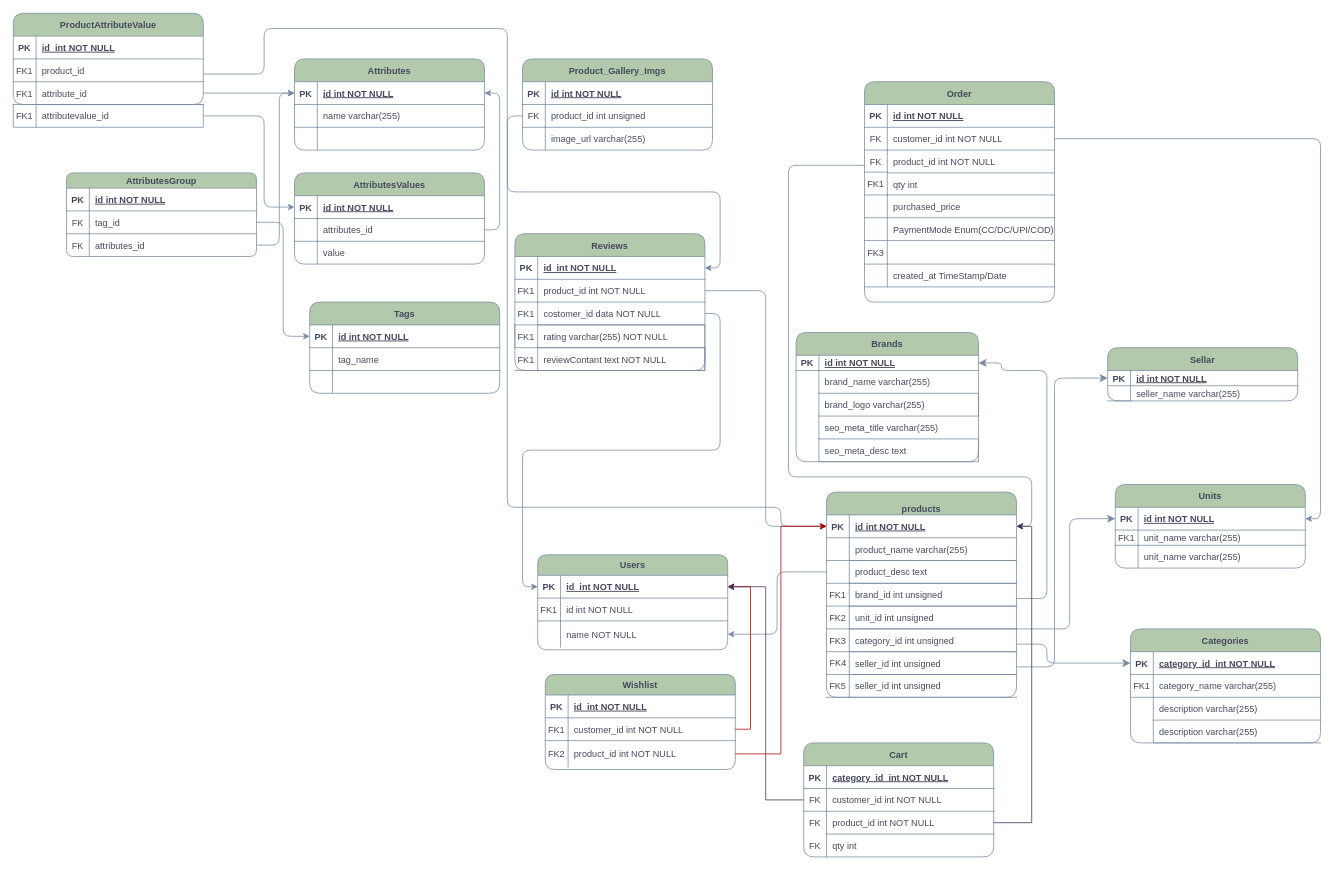
This is database/migrations/Untitled Diagram.drawio from namanbairagi3/electro, a draw.io file, before an edit. Source tidied: cells renumbered, new cells numbered last; positions are measured from the earlier drawing's top-left corner, leaving out a move shared by most shapes. Both pictures are drawn from the tidied source at 76%, with x=0, y=0 at pixel (13, 13).
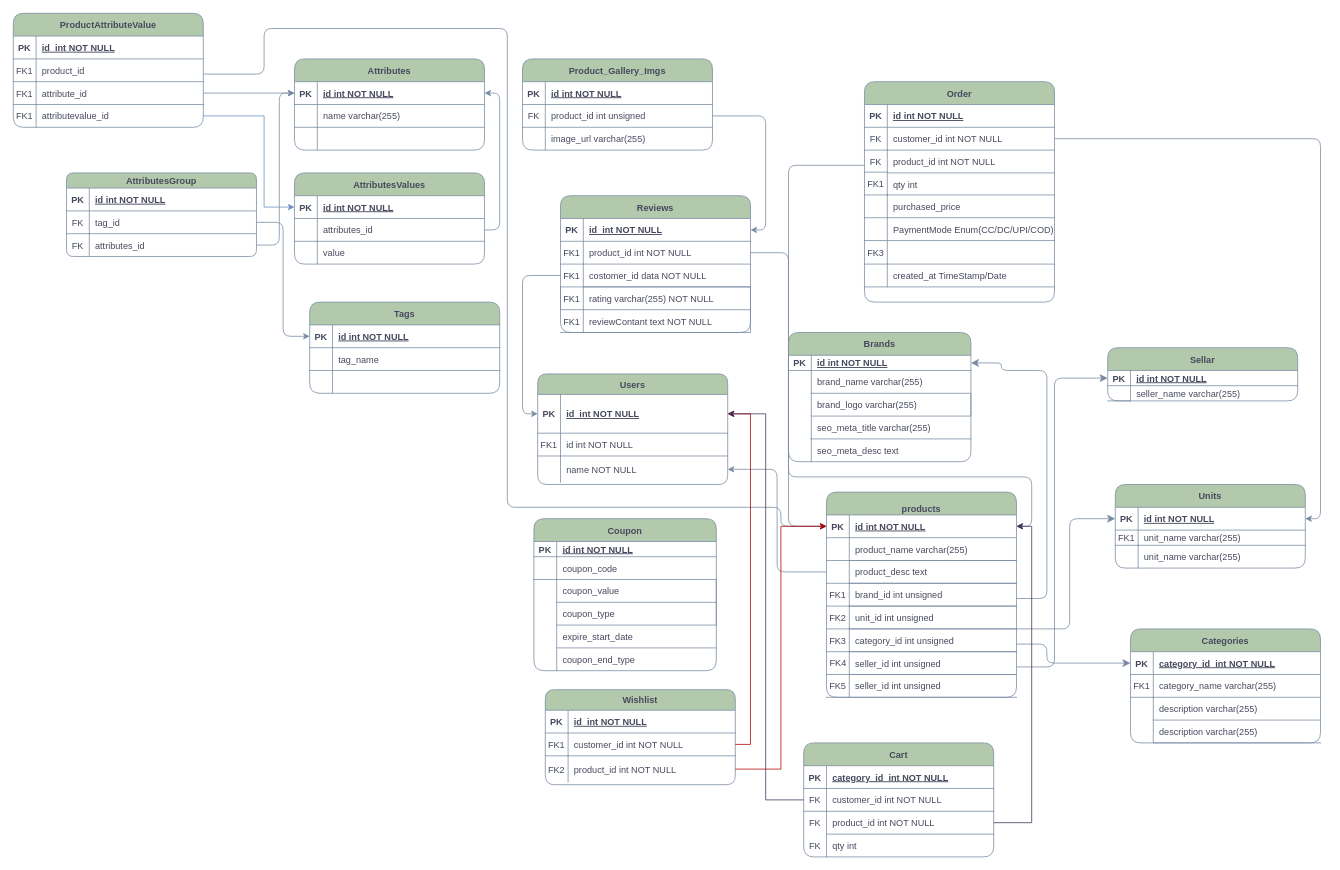
Above is the later version.

The change refers to these unchanged cells:
```xml
<mxCell id="44" style="shape=partialRectangle;fillColor=none;top=0;left=0;right=1;bottom=1;labelBackgroundColor=none;strokeColor=#788AA3;fontColor=#46495D;rounded=1;" parent="40" vertex="1">
  <mxGeometry y="150" width="250" height="30" as="geometry" />
</mxCell>
<mxCell id="137" style="shape=partialRectangle;fillColor=none;points=[[0,0.5],[1,0.5]];portConstraint=eastwest;top=0;left=0;right=0;bottom=1;labelBackgroundColor=none;strokeColor=#788AA3;fontColor=#46495D;rounded=1;" parent="136" vertex="1">
  <mxGeometry y="30" width="250" height="30" as="geometry" />
</mxCell>
<mxCell id="198" style="group;" parent="1" vertex="1">
  <mxGeometry x="1030" y="420" width="240" height="170" as="geometry" />
</mxCell>
```

Diff of the diagram source:
```diff
@@
     <mxCell id="15" value="Users" style="shape=table;startSize=27;childLayout=tableLayout;rowLines=0;fontStyle=1;align=center;labelBackgroundColor=none;fillColor=#B2C9AB;strokeColor=#788AA3;fontColor=#46495D;rounded=1;" parent="1" vertex="1">
-      <mxGeometry x="690" y="712.5" width="250" height="125" as="geometry" />
+      <mxGeometry x="690" y="474.5" width="250" height="145.5" as="geometry" />
     </mxCell>
     <mxCell id="16" style="shape=partialRectangle;fillColor=none;points=[[0,0.5],[1,0.5]];portConstraint=eastwest;top=0;left=0;right=0;bottom=1;labelBackgroundColor=none;strokeColor=#788AA3;fontColor=#46495D;rounded=1;" parent="15" vertex="1">
-      <mxGeometry y="27" width="250" height="30" as="geometry" />
+      <mxGeometry y="27" width="250" height="51" as="geometry" />
     </mxCell>
     <mxCell id="17" value="PK" style="shape=partialRectangle;overflow=hidden;fillColor=none;top=0;left=0;bottom=0;right=0;fontStyle=1;labelBackgroundColor=none;strokeColor=#788AA3;fontColor=#46495D;rounded=1;" parent="16" vertex="1">
-      <mxGeometry width="30" height="30" as="geometry" />
+      <mxGeometry width="30" height="51" as="geometry" />
     </mxCell>
     <mxCell id="18" value="id  int NOT NULL " style="shape=partialRectangle;overflow=hidden;fillColor=none;top=0;left=0;bottom=0;right=0;align=left;spacingLeft=6;fontStyle=5;labelBackgroundColor=none;strokeColor=#788AA3;fontColor=#46495D;rounded=1;" parent="16" vertex="1">
-      <mxGeometry x="30" width="220" height="30" as="geometry" />
+      <mxGeometry x="30" width="220" height="51" as="geometry" />
     </mxCell>
     <mxCell id="19" style="shape=partialRectangle;fillColor=none;top=0;left=0;right=0;bottom=0;labelBackgroundColor=none;strokeColor=#788AA3;fontColor=#46495D;rounded=1;" parent="15" vertex="1">
-      <mxGeometry y="57" width="250" height="30" as="geometry" />
+      <mxGeometry y="78" width="250" height="30" as="geometry" />
     </mxCell>
@@
     <mxCell id="22" style="shape=partialRectangle;fillColor=none;points=[[0,0.5],[1,0.5]];portConstraint=eastwest;top=0;left=0;right=0;bottom=0;labelBackgroundColor=none;strokeColor=#788AA3;fontColor=#46495D;rounded=1;" parent="15" vertex="1">
-      <mxGeometry y="87" width="250" height="35" as="geometry" />
+      <mxGeometry y="108" width="250" height="35" as="geometry" />
     </mxCell>
@@
     <mxCell id="40" style="group;labelBackgroundColor=none;fontColor=#46495D;rounded=1;" parent="1" vertex="1">
-      <mxGeometry x="660" y="290" width="250" height="180" as="geometry" />
+      <mxGeometry x="720" y="240" width="250" height="180" as="geometry" />
     </mxCell>
@@
-    <mxCell id="46" value="reviewContant text NOT NULL" style="shape=partialRectangle;overflow=hidden;fillColor=none;top=1;left=1;bottom=1;right=1;align=left;spacingLeft=6;labelBackgroundColor=none;strokeColor=#788AA3;fontColor=#46495D;rounded=1;" parent="44" vertex="1">
+    <mxCell id="46" value="reviewContant text NOT NULL" style="shape=partialRectangle;overflow=hidden;fillColor=none;top=0;left=1;bottom=0;right=0;align=left;spacingLeft=6;labelBackgroundColor=none;strokeColor=#788AA3;fontColor=#46495D;rounded=1;" parent="44" vertex="1">
       <mxGeometry x="30" width="220" height="30" as="geometry" />
     </mxCell>
@@
-    <mxCell id="168" style="group;labelBackgroundColor=none;fontColor=#46495D;rounded=1;" parent="1" vertex="1">
-      <mxGeometry width="250" height="160" as="geometry" />
-    </mxCell>
-    <mxCell id="169" value="ProductAttributeValue" style="shape=table;startSize=30;childLayout=tableLayout;rowLines=0;fontStyle=1;align=center;labelBackgroundColor=none;fillColor=#B2C9AB;strokeColor=#788AA3;fontColor=#46495D;rounded=1;" parent="168" vertex="1">
-      <mxGeometry width="250" height="120" as="geometry" />
-    </mxCell>
-    <mxCell id="170" style="shape=partialRectangle;fillColor=none;top=0;left=0;right=0;bottom=1;labelBackgroundColor=none;strokeColor=#788AA3;fontColor=#46495D;rounded=1;" parent="169" vertex="1">
-      <mxGeometry y="30" width="250" height="30" as="geometry" />
-    </mxCell>
-    <mxCell id="171" value="PK" style="shape=partialRectangle;overflow=hidden;fillColor=none;top=0;left=0;bottom=0;right=0;fontStyle=1;labelBackgroundColor=none;strokeColor=#788AA3;fontColor=#46495D;rounded=1;" parent="170" vertex="1">
-      <mxGeometry width="30" height="30" as="geometry" />
-    </mxCell>
-    <mxCell id="172" value="id  int NOT NULL " style="shape=partialRectangle;overflow=hidden;fillColor=none;top=0;left=0;bottom=0;right=0;align=left;spacingLeft=6;fontStyle=5;labelBackgroundColor=none;strokeColor=#788AA3;fontColor=#46495D;rounded=1;" parent="170" vertex="1">
-      <mxGeometry x="30" width="220" height="30" as="geometry" />
-    </mxCell>
-    <mxCell id="173" style="shape=partialRectangle;fillColor=none;points=[[0,0.5],[1,0.5]];portConstraint=eastwest;top=0;left=0;right=0;bottom=0;labelBackgroundColor=none;strokeColor=#788AA3;fontColor=#46495D;rounded=1;" parent="169" vertex="1">
-      <mxGeometry y="60" width="250" height="30" as="geometry" />
-    </mxCell>
-    <mxCell id="174" value="FK1" style="shape=partialRectangle;overflow=hidden;fillColor=none;top=0;left=0;bottom=1;right=0;labelBackgroundColor=none;strokeColor=#788AA3;fontColor=#46495D;rounded=1;" parent="173" vertex="1">
-      <mxGeometry width="30" height="30" as="geometry" />
-    </mxCell>
-    <mxCell id="175" value="product_id " style="shape=partialRectangle;overflow=hidden;fillColor=none;top=0;left=0;bottom=0;right=0;align=left;spacingLeft=6;labelBackgroundColor=none;strokeColor=#788AA3;fontColor=#46495D;rounded=1;" parent="173" vertex="1">
-      <mxGeometry x="30" width="220" height="30" as="geometry" />
-    </mxCell>
-    <mxCell id="176" style="shape=partialRectangle;fillColor=none;points=[[0,0.5],[1,0.5]];portConstraint=eastwest;top=0;left=0;right=0;bottom=0;labelBackgroundColor=none;strokeColor=#788AA3;fontColor=#46495D;rounded=1;" parent="169" vertex="1">
-      <mxGeometry y="90" width="250" height="30" as="geometry" />
-    </mxCell>
-    <mxCell id="177" value="FK1" style="shape=partialRectangle;overflow=hidden;fillColor=none;top=0;left=0;bottom=0;right=0;labelBackgroundColor=none;strokeColor=#788AA3;fontColor=#46495D;rounded=1;" parent="176" vertex="1">
-      <mxGeometry width="30" height="30" as="geometry" />
-    </mxCell>
-    <mxCell id="178" value="attribute_id" style="shape=partialRectangle;overflow=hidden;fillColor=none;top=1;left=0;bottom=0;right=0;align=left;spacingLeft=6;labelBackgroundColor=none;strokeColor=#788AA3;fontColor=#46495D;rounded=1;" parent="176" vertex="1">
-      <mxGeometry x="30" width="220" height="30" as="geometry" />
-    </mxCell>
-    <mxCell id="179" style="shape=partialRectangle;fillColor=none;points=[[0,0.5],[1,0.5]];portConstraint=eastwest;top=1;left=1;right=1;bottom=1;labelBackgroundColor=none;strokeColor=#788AA3;fontColor=#46495D;rounded=1;" parent="168" vertex="1">
-      <mxGeometry y="120" width="250" height="30" as="geometry" />
-    </mxCell>
-    <mxCell id="180" value="FK1" style="shape=partialRectangle;overflow=hidden;fillColor=none;top=0;left=0;bottom=0;right=1;labelBackgroundColor=none;strokeColor=#788AA3;fontColor=#46495D;rounded=1;" parent="179" vertex="1">
-      <mxGeometry width="30" height="30" as="geometry" />
-    </mxCell>
-    <mxCell id="181" value="attributevalue_id" style="shape=partialRectangle;overflow=hidden;fillColor=none;top=1;left=0;bottom=0;right=0;align=left;spacingLeft=6;labelBackgroundColor=none;strokeColor=#788AA3;fontColor=#46495D;rounded=1;" parent="179" vertex="1">
-      <mxGeometry x="30" width="220" height="30" as="geometry" />
-    </mxCell>
@@
-    <mxCell id="184" style="edgeStyle=orthogonalEdgeStyle;rounded=1;jettySize=auto;html=1;entryX=0;entryY=0.5;entryDx=0;entryDy=0;fillColor=#B2C9AB;strokeColor=#788AA3;labelBackgroundColor=none;fontColor=default;" parent="1" edge="1" source="179" target="137">
-      <mxGeometry relative="1" as="geometry">
-        <Array as="points">
-          <mxPoint x="330" y="135" />
-          <mxPoint x="330" y="255" />
-        </Array>
-      </mxGeometry>
-    </mxCell>
@@
     <mxCell id="186" value="Wishlist" style="shape=table;startSize=27;childLayout=tableLayout;rowLines=0;fontStyle=1;align=center;labelBackgroundColor=none;fillColor=#B2C9AB;strokeColor=#788AA3;fontColor=#46495D;rounded=1;" parent="1" vertex="1">
-      <mxGeometry x="700" y="870" width="250" height="125" as="geometry" />
+      <mxGeometry x="700" y="890" width="250" height="125" as="geometry" />
     </mxCell>
@@
+    <mxCell id="224" style="group;" parent="198" vertex="1">
+      <mxGeometry x="-10" width="240" height="170" as="geometry" />
+    </mxCell>
-    <mxCell id="199" value="Brands" style="shape=table;startSize=30;childLayout=tableLayout;rowLines=0;fontStyle=1;align=center;labelBackgroundColor=none;fillColor=#B2C9AB;strokeColor=#788AA3;fontColor=#46495D;rounded=1;" parent="198" vertex="1">
+    <mxCell id="199" value="Brands" style="shape=table;startSize=30;childLayout=tableLayout;rowLines=0;fontStyle=1;align=center;labelBackgroundColor=none;fillColor=#B2C9AB;strokeColor=#788AA3;fontColor=#46495D;rounded=1;" parent="224" vertex="1">
       <mxGeometry width="240" height="170" as="geometry" />
     </mxCell>
@@
-    <mxCell id="206" value="brand_logo varchar(255)" style="shape=partialRectangle;overflow=hidden;fillColor=none;top=1;left=1;bottom=1;right=1;align=left;spacingLeft=6;labelBackgroundColor=none;strokeColor=#788AA3;fontColor=#46495D;rounded=1;" parent="198" vertex="1">
+    <mxCell id="206" value="brand_logo varchar(255)" style="shape=partialRectangle;overflow=hidden;fillColor=none;top=1;left=1;bottom=1;right=1;align=left;spacingLeft=6;labelBackgroundColor=none;strokeColor=#788AA3;fontColor=#46495D;rounded=1;" parent="224" vertex="1">
       <mxGeometry x="30" y="80" width="210" height="30" as="geometry" />
     </mxCell>
-    <mxCell id="207" value="seo_meta_title varchar(255)" style="shape=partialRectangle;overflow=hidden;fillColor=none;top=0;left=1;bottom=0;right=0;align=left;spacingLeft=6;labelBackgroundColor=none;strokeColor=#788AA3;fontColor=#46495D;rounded=1;" parent="198" vertex="1">
+    <mxCell id="207" value="seo_meta_title varchar(255)" style="shape=partialRectangle;overflow=hidden;fillColor=none;top=0;left=1;bottom=0;right=0;align=left;spacingLeft=6;labelBackgroundColor=none;strokeColor=#788AA3;fontColor=#46495D;rounded=1;" parent="224" vertex="1">
       <mxGeometry x="30" y="110" width="210" height="30" as="geometry" />
     </mxCell>
-    <mxCell id="208" value="seo_meta_desc text" style="shape=partialRectangle;overflow=hidden;fillColor=none;top=1;left=1;bottom=1;right=1;align=left;spacingLeft=6;labelBackgroundColor=none;strokeColor=#788AA3;fontColor=#46495D;rounded=1;" parent="198" vertex="1">
+    <mxCell id="208" value="seo_meta_desc text" style="shape=partialRectangle;overflow=hidden;fillColor=none;top=1;left=1;bottom=0;right=0;align=left;spacingLeft=6;labelBackgroundColor=none;strokeColor=#788AA3;fontColor=#46495D;rounded=1;" parent="224" vertex="1">
       <mxGeometry x="30" y="140" width="210" height="30" as="geometry" />
     </mxCell>
@@
+    <mxCell id="225" style="group;" parent="1" vertex="1">
+      <mxGeometry width="250" height="150" as="geometry" />
+    </mxCell>
+    <mxCell id="168" style="group;labelBackgroundColor=none;fontColor=#46495D;rounded=1;" parent="225" vertex="1">
+      <mxGeometry width="250" height="150" as="geometry" />
+    </mxCell>
+    <mxCell id="169" value="ProductAttributeValue" style="shape=table;startSize=30;childLayout=tableLayout;rowLines=0;fontStyle=1;align=center;labelBackgroundColor=none;fillColor=#B2C9AB;strokeColor=#788AA3;fontColor=#46495D;rounded=1;" parent="168" vertex="1">
+      <mxGeometry width="250" height="150" as="geometry" />
+    </mxCell>
+    <mxCell id="170" style="shape=partialRectangle;fillColor=none;top=0;left=0;right=0;bottom=1;labelBackgroundColor=none;strokeColor=#788AA3;fontColor=#46495D;rounded=1;" parent="169" vertex="1">
+      <mxGeometry y="30" width="250" height="30" as="geometry" />
+    </mxCell>
+    <mxCell id="171" value="PK" style="shape=partialRectangle;overflow=hidden;fillColor=none;top=0;left=0;bottom=0;right=0;fontStyle=1;labelBackgroundColor=none;strokeColor=#788AA3;fontColor=#46495D;rounded=1;" parent="170" vertex="1">
+      <mxGeometry width="30" height="30" as="geometry" />
+    </mxCell>
+    <mxCell id="172" value="id  int NOT NULL " style="shape=partialRectangle;overflow=hidden;fillColor=none;top=0;left=0;bottom=0;right=0;align=left;spacingLeft=6;fontStyle=5;labelBackgroundColor=none;strokeColor=#788AA3;fontColor=#46495D;rounded=1;" parent="170" vertex="1">
+      <mxGeometry x="30" width="220" height="30" as="geometry" />
+    </mxCell>
+    <mxCell id="173" style="shape=partialRectangle;fillColor=none;points=[[0,0.5],[1,0.5]];portConstraint=eastwest;top=0;left=0;right=0;bottom=0;labelBackgroundColor=none;strokeColor=#788AA3;fontColor=#46495D;rounded=1;" parent="169" vertex="1">
+      <mxGeometry y="60" width="250" height="30" as="geometry" />
+    </mxCell>
+    <mxCell id="174" value="FK1" style="shape=partialRectangle;overflow=hidden;fillColor=none;top=0;left=0;bottom=1;right=0;labelBackgroundColor=none;strokeColor=#788AA3;fontColor=#46495D;rounded=1;" parent="173" vertex="1">
+      <mxGeometry width="30" height="30" as="geometry" />
+    </mxCell>
+    <mxCell id="175" value="product_id " style="shape=partialRectangle;overflow=hidden;fillColor=none;top=0;left=0;bottom=0;right=0;align=left;spacingLeft=6;labelBackgroundColor=none;strokeColor=#788AA3;fontColor=#46495D;rounded=1;" parent="173" vertex="1">
+      <mxGeometry x="30" width="220" height="30" as="geometry" />
+    </mxCell>
+    <mxCell id="176" style="shape=partialRectangle;fillColor=none;points=[[0,0.5],[1,0.5]];portConstraint=eastwest;top=0;left=0;right=0;bottom=0;labelBackgroundColor=none;strokeColor=#788AA3;fontColor=#46495D;rounded=1;" parent="169" vertex="1">
+      <mxGeometry y="90" width="250" height="30" as="geometry" />
+    </mxCell>
+    <mxCell id="177" value="FK1" style="shape=partialRectangle;overflow=hidden;fillColor=none;top=0;left=0;bottom=0;right=0;labelBackgroundColor=none;strokeColor=#788AA3;fontColor=#46495D;rounded=1;" parent="176" vertex="1">
+      <mxGeometry width="30" height="30" as="geometry" />
+    </mxCell>
+    <mxCell id="178" value="attribute_id" style="shape=partialRectangle;overflow=hidden;fillColor=none;top=1;left=0;bottom=0;right=0;align=left;spacingLeft=6;labelBackgroundColor=none;strokeColor=#788AA3;fontColor=#46495D;rounded=1;" parent="176" vertex="1">
+      <mxGeometry x="30" width="220" height="30" as="geometry" />
+    </mxCell>
+    <mxCell id="226" style="shape=partialRectangle;fillColor=none;points=[[0,0.5],[1,0.5]];portConstraint=eastwest;top=0;left=0;right=0;bottom=0;labelBackgroundColor=none;strokeColor=#788AA3;fontColor=#46495D;rounded=1;" parent="225" vertex="1">
+      <mxGeometry y="120" width="250" height="30" as="geometry" />
+    </mxCell>
+    <mxCell id="180" value="FK1" style="shape=partialRectangle;overflow=hidden;fillColor=none;top=1;left=0;bottom=0;right=1;labelBackgroundColor=none;strokeColor=#788AA3;fontColor=#46495D;rounded=1;" parent="226" vertex="1">
+      <mxGeometry width="30" height="30" as="geometry" />
+    </mxCell>
+    <mxCell id="181" value="attributevalue_id" style="shape=partialRectangle;overflow=hidden;fillColor=none;top=1;left=0;bottom=0;right=0;align=left;spacingLeft=6;labelBackgroundColor=none;strokeColor=#788AA3;fontColor=#46495D;rounded=1;" parent="226" vertex="1">
+      <mxGeometry x="30" width="220" height="30" as="geometry" />
+    </mxCell>
+    <mxCell id="227" style="edgeStyle=orthogonalEdgeStyle;rounded=0;jettySize=auto;html=1;entryX=0;entryY=0.5;entryDx=0;entryDy=0;fillColor=#dae8fc;strokeColor=#6c8ebf;" parent="1" edge="1" source="226" target="137">
+      <mxGeometry relative="1" as="geometry">
+        <Array as="points">
+          <mxPoint x="330" y="135" />
+          <mxPoint x="330" y="255" />
+        </Array>
+      </mxGeometry>
+    </mxCell>
+    <mxCell id="228" style="group;" parent="1" vertex="1">
+      <mxGeometry x="695" y="665" width="240" height="200" as="geometry" />
+    </mxCell>
+    <mxCell id="229" style="group;" parent="228" vertex="1">
+      <mxGeometry x="-10" width="240" height="200" as="geometry" />
+    </mxCell>
+    <mxCell id="230" value="Coupon" style="shape=table;startSize=30;childLayout=tableLayout;rowLines=0;fontStyle=1;align=center;labelBackgroundColor=none;fillColor=#B2C9AB;strokeColor=#788AA3;fontColor=#46495D;rounded=1;" parent="229" vertex="1">
+      <mxGeometry width="240" height="200" as="geometry" />
+    </mxCell>
+    <mxCell id="231" style="shape=partialRectangle;fillColor=none;top=0;left=0;right=0;bottom=1;labelBackgroundColor=none;strokeColor=#788AA3;fontColor=#46495D;rounded=1;" parent="230" vertex="1">
+      <mxGeometry y="30" width="240" height="20" as="geometry" />
+    </mxCell>
+    <mxCell id="232" value="PK" style="shape=partialRectangle;overflow=hidden;fillColor=none;top=0;left=0;bottom=0;right=0;fontStyle=1;labelBackgroundColor=none;strokeColor=#788AA3;fontColor=#46495D;rounded=1;" parent="231" vertex="1">
+      <mxGeometry width="30" height="20" as="geometry" />
+    </mxCell>
+    <mxCell id="233" value="id int NOT NULL " style="shape=partialRectangle;overflow=hidden;fillColor=none;top=0;left=0;bottom=0;right=0;align=left;spacingLeft=6;fontStyle=5;labelBackgroundColor=none;strokeColor=#788AA3;fontColor=#46495D;rounded=1;" parent="231" vertex="1">
+      <mxGeometry x="30" width="210" height="20" as="geometry" />
+    </mxCell>
+    <mxCell id="234" style="shape=partialRectangle;fillColor=none;top=0;left=0;right=0;bottom=0;labelBackgroundColor=none;strokeColor=#788AA3;fontColor=#46495D;rounded=1;" parent="230" vertex="1">
+      <mxGeometry y="50" width="240" height="30" as="geometry" />
+    </mxCell>
+    <mxCell id="235" style="shape=partialRectangle;overflow=hidden;fillColor=none;top=0;left=0;bottom=1;right=0;labelBackgroundColor=none;strokeColor=#788AA3;fontColor=#46495D;rounded=1;" parent="234" vertex="1">
+      <mxGeometry width="30" height="30" as="geometry" />
+    </mxCell>
+    <mxCell id="236" value="coupon_code" style="shape=partialRectangle;overflow=hidden;fillColor=none;top=0;left=0;bottom=0;right=0;align=left;spacingLeft=6;labelBackgroundColor=none;strokeColor=#788AA3;fontColor=#46495D;rounded=1;" parent="234" vertex="1">
+      <mxGeometry x="30" width="210" height="30" as="geometry" />
+    </mxCell>
+    <mxCell id="237" value="coupon_value" style="shape=partialRectangle;overflow=hidden;fillColor=none;top=1;left=1;bottom=1;right=1;align=left;spacingLeft=6;labelBackgroundColor=none;strokeColor=#788AA3;fontColor=#46495D;rounded=1;" parent="229" vertex="1">
+      <mxGeometry x="30" y="80" width="210" height="30" as="geometry" />
+    </mxCell>
+    <mxCell id="238" value="coupon_type" style="shape=partialRectangle;overflow=hidden;fillColor=none;top=0;left=1;bottom=1;right=1;align=left;spacingLeft=6;labelBackgroundColor=none;strokeColor=#788AA3;fontColor=#46495D;rounded=1;" parent="229" vertex="1">
+      <mxGeometry x="30" y="110" width="210" height="30" as="geometry" />
+    </mxCell>
+    <mxCell id="239" value="expire_start_date" style="shape=partialRectangle;overflow=hidden;fillColor=none;top=0;left=1;bottom=1;right=0;align=left;spacingLeft=6;labelBackgroundColor=none;strokeColor=#788AA3;fontColor=#46495D;rounded=1;" parent="229" vertex="1">
+      <mxGeometry x="30" y="140" width="210" height="30" as="geometry" />
+    </mxCell>
+    <mxCell id="240" value="coupon_end_type" style="shape=partialRectangle;overflow=hidden;fillColor=none;top=0;left=1;bottom=0;right=0;align=left;spacingLeft=6;labelBackgroundColor=none;strokeColor=#788AA3;fontColor=#46495D;rounded=1;" parent="229" vertex="1">
+      <mxGeometry x="30" y="170" width="210" height="30" as="geometry" />
+    </mxCell>
```
